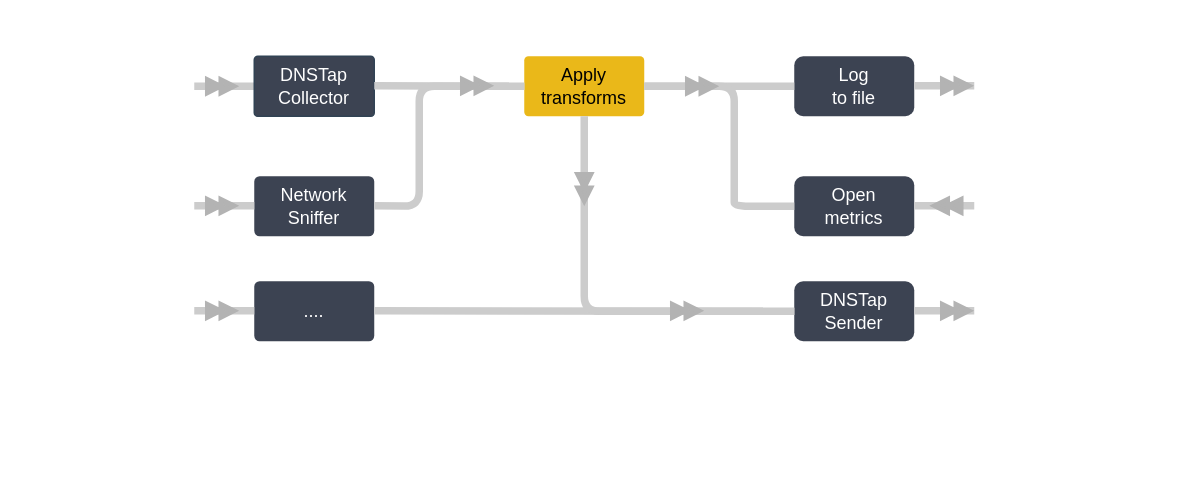
Earlier version of the draw.io diagram docs/overview.drawio (dmachard/go-dnscollector). Source tidied: cells renumbered, new cells numbered last; positions are measured from the earlier drawing's top-left corner, leaving out a move shared by most shapes. Both pictures are drawn from the tidied source at 150%, with x=0, y=0 at pixel (194, 56).
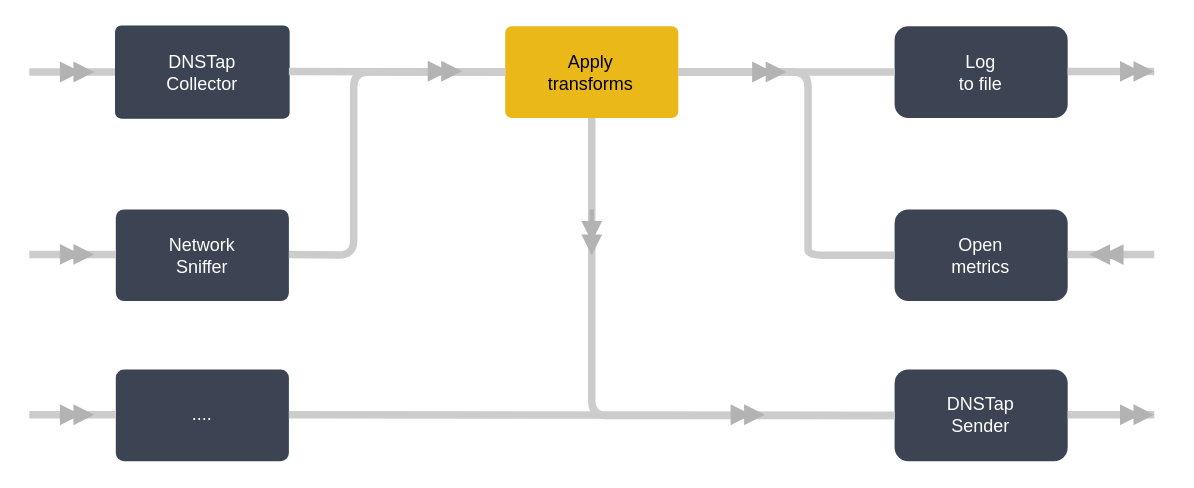
The same page after the edit.

What changed in the source:
```diff
@@
-    <mxCell id="2" style="endArrow=none;html=1;rounded=0;strokeWidth=5;strokeColor=#CCCCCC;" parent="1" edge="1">
-      <mxGeometry relative="1" as="geometry">
-        <mxPoint y="20" as="sourcePoint" />
-        <mxPoint x="40" y="20" as="targetPoint" />
-      </mxGeometry>
-    </mxCell>
+    <mxCell id="31" style="group;" parent="1" vertex="1">
+      <mxGeometry x="-110" y="-20" width="750" height="290" as="geometry" />
+    </mxCell>
+    <mxCell id="32" style="endArrow=none;html=1;rounded=0;strokeWidth=5;strokeColor=#CCCCCC;" parent="31" edge="1">
+      <mxGeometry relative="1" as="geometry">
+        <mxPoint y="30.5" as="sourcePoint" />
+        <mxPoint x="57.7" y="30.5" as="targetPoint" />
+      </mxGeometry>
+    </mxCell>
-    <mxCell id="3" value="DNSTap&lt;br&gt;Collector" style="rounded=1;whiteSpace=wrap;html=1;fillColor=#3c4352;strokeColor=#314354;fontColor=#ffffff;arcSize=6;" parent="1" vertex="1">
-      <mxGeometry x="40" width="80" height="40" as="geometry" />
+    <mxCell id="3" value="DNSTap&lt;br&gt;Collector" style="rounded=1;whiteSpace=wrap;html=1;fillColor=#3c4352;strokeColor=#314354;fontColor=#ffffff;arcSize=6;" parent="31" vertex="1">
+      <mxGeometry x="57.7" width="115.4" height="61.1" as="geometry" />
     </mxCell>
-    <mxCell id="4" value="Apply&lt;br&gt;transforms" style="rounded=1;whiteSpace=wrap;html=1;fillColor=#eab819;strokeColor=none;fontColor=#000000;arcSize=7;" parent="1" vertex="1">
-      <mxGeometry x="220" width="80" height="40" as="geometry" />
+    <mxCell id="4" value="Apply&lt;br&gt;transforms" style="rounded=1;whiteSpace=wrap;html=1;fillColor=#eab819;strokeColor=none;fontColor=#000000;arcSize=7;" parent="31" vertex="1">
+      <mxGeometry x="317.3" width="115.4" height="61.1" as="geometry" />
     </mxCell>
-    <mxCell id="5" value="Log&lt;br&gt;to file" style="rounded=1;whiteSpace=wrap;html=1;fillColor=#3c4352;strokeColor=none;fontColor=#ffffff;" parent="1" vertex="1">
-      <mxGeometry x="400" width="80" height="40" as="geometry" />
+    <mxCell id="5" value="Log&lt;br&gt;to file" style="rounded=1;whiteSpace=wrap;html=1;fillColor=#3c4352;strokeColor=none;fontColor=#ffffff;" parent="31" vertex="1">
+      <mxGeometry x="576.9" width="115.4" height="61.1" as="geometry" />
     </mxCell>
-    <mxCell id="6" value="Network&lt;br&gt;Sniffer" style="rounded=1;whiteSpace=wrap;html=1;fillColor=#3c4352;strokeColor=none;fontColor=#ffffff;arcSize=9;" parent="1" vertex="1">
-      <mxGeometry x="40" y="80" width="80" height="40" as="geometry" />
+    <mxCell id="6" value="Network&lt;br&gt;Sniffer" style="rounded=1;whiteSpace=wrap;html=1;fillColor=#3c4352;strokeColor=none;fontColor=#ffffff;arcSize=9;" parent="31" vertex="1">
+      <mxGeometry x="57.7" y="122.1" width="115.4" height="61.1" as="geometry" />
     </mxCell>
-    <mxCell id="7" value="...." style="rounded=1;whiteSpace=wrap;html=1;fillColor=#3c4352;strokeColor=none;fontColor=#ffffff;arcSize=9;" parent="1" vertex="1">
-      <mxGeometry x="40" y="150" width="80" height="40" as="geometry" />
+    <mxCell id="7" value="...." style="rounded=1;whiteSpace=wrap;html=1;fillColor=#3c4352;strokeColor=none;fontColor=#ffffff;arcSize=9;" parent="31" vertex="1">
+      <mxGeometry x="57.7" y="228.9" width="115.4" height="61.1" as="geometry" />
     </mxCell>
-    <mxCell id="8" style="endArrow=none;html=1;rounded=0;strokeWidth=5;strokeColor=#CCCCCC;entryX=0;entryY=0.5;entryDx=0;entryDy=0;" parent="1" edge="1" target="4">
-      <mxGeometry relative="1" as="geometry">
-        <mxPoint x="120" y="19.7" as="sourcePoint" />
-      </mxGeometry>
-    </mxCell>
+    <mxCell id="33" style="endArrow=none;html=1;rounded=0;strokeWidth=5;strokeColor=#CCCCCC;entryX=0;entryY=0.5;entryDx=0;entryDy=0;" parent="31" edge="1" target="4">
+      <mxGeometry relative="1" as="geometry">
+        <mxPoint x="173.1" y="30.1" as="sourcePoint" />
+      </mxGeometry>
+    </mxCell>
-    <mxCell id="9" style="endArrow=none;html=1;rounded=0;strokeWidth=5;strokeColor=#CCCCCC;exitX=1;exitY=0.5;exitDx=0;exitDy=0;" parent="1" edge="1" source="4" target="5">
+    <mxCell id="9" style="endArrow=none;html=1;rounded=0;strokeWidth=5;strokeColor=#CCCCCC;exitX=1;exitY=0.5;exitDx=0;exitDy=0;" parent="31" edge="1" source="4" target="5">
       <mxGeometry relative="1" as="geometry" />
     </mxCell>
-    <mxCell id="10" style="endArrow=none;html=1;rounded=0;strokeWidth=5;strokeColor=#CCCCCC;" parent="1" edge="1">
-      <mxGeometry relative="1" as="geometry">
-        <mxPoint x="480" y="19.7" as="sourcePoint" />
-        <mxPoint x="520" y="19.7" as="targetPoint" />
-      </mxGeometry>
-    </mxCell>
-    <mxCell id="11" style="endArrow=none;html=1;rounded=0;strokeWidth=5;strokeColor=#CCCCCC;" parent="1" edge="1">
-      <mxGeometry relative="1" as="geometry">
-        <mxPoint y="99.7" as="sourcePoint" />
-        <mxPoint x="40" y="99.7" as="targetPoint" />
-      </mxGeometry>
-    </mxCell>
-    <mxCell id="12" style="endArrow=none;html=1;rounded=1;strokeWidth=5;strokeColor=#CCCCCC;entryX=0;entryY=0.5;entryDx=0;entryDy=0;curved=0;" parent="1" edge="1" target="4">
-      <mxGeometry relative="1" as="geometry">
-        <mxPoint x="120" y="99.7" as="sourcePoint" />
-        <Array as="points">
-          <mxPoint x="150" y="100" />
-          <mxPoint x="150" y="20" />
-        </Array>
-      </mxGeometry>
-    </mxCell>
+    <mxCell id="34" style="endArrow=none;html=1;rounded=0;strokeWidth=5;strokeColor=#CCCCCC;" parent="31" edge="1">
+      <mxGeometry relative="1" as="geometry">
+        <mxPoint x="692.3" y="30.1" as="sourcePoint" />
+        <mxPoint x="750" y="30.1" as="targetPoint" />
+      </mxGeometry>
+    </mxCell>
+    <mxCell id="35" style="endArrow=none;html=1;rounded=0;strokeWidth=5;strokeColor=#CCCCCC;" parent="31" edge="1">
+      <mxGeometry relative="1" as="geometry">
+        <mxPoint y="152.2" as="sourcePoint" />
+        <mxPoint x="57.7" y="152.2" as="targetPoint" />
+      </mxGeometry>
+    </mxCell>
+    <mxCell id="36" style="endArrow=none;html=1;rounded=1;strokeWidth=5;strokeColor=#CCCCCC;entryX=0;entryY=0.5;entryDx=0;entryDy=0;curved=0;" parent="31" edge="1" target="4">
+      <mxGeometry relative="1" as="geometry">
+        <mxPoint x="173.1" y="152.2" as="sourcePoint" />
+        <Array as="points">
+          <mxPoint x="216.3" y="152.6" />
+          <mxPoint x="216.3" y="30.5" />
+        </Array>
+      </mxGeometry>
+    </mxCell>
-    <mxCell id="13" value="Open&lt;br&gt;metrics" style="rounded=1;whiteSpace=wrap;html=1;fillColor=#3c4352;strokeColor=none;fontColor=#ffffff;" parent="1" vertex="1">
-      <mxGeometry x="400" y="80" width="80" height="40" as="geometry" />
+    <mxCell id="13" value="Open&lt;br&gt;metrics" style="rounded=1;whiteSpace=wrap;html=1;fillColor=#3c4352;strokeColor=none;fontColor=#ffffff;" parent="31" vertex="1">
+      <mxGeometry x="576.9" y="122.1" width="115.4" height="61.1" as="geometry" />
     </mxCell>
-    <mxCell id="14" style="endArrow=none;html=1;rounded=1;strokeWidth=5;strokeColor=#CCCCCC;entryX=0;entryY=0.5;entryDx=0;entryDy=0;curved=0;" parent="1" edge="1" target="13">
-      <mxGeometry relative="1" as="geometry">
-        <mxPoint x="300" y="20" as="sourcePoint" />
-        <Array as="points">
-          <mxPoint x="360" y="20" />
-          <mxPoint x="360" y="90" />
-          <mxPoint x="360" y="100" />
-          <mxPoint x="380" y="100" />
-        </Array>
-      </mxGeometry>
-    </mxCell>
-    <mxCell id="15" style="endArrow=none;html=1;rounded=0;strokeWidth=5;strokeColor=#CCCCCC;" parent="1" edge="1">
-      <mxGeometry relative="1" as="geometry">
-        <mxPoint x="480" y="99.7" as="sourcePoint" />
-        <mxPoint x="520" y="99.7" as="targetPoint" />
-      </mxGeometry>
-    </mxCell>
+    <mxCell id="37" style="endArrow=none;html=1;rounded=1;strokeWidth=5;strokeColor=#CCCCCC;entryX=0;entryY=0.5;entryDx=0;entryDy=0;curved=0;" parent="31" edge="1" target="13">
+      <mxGeometry relative="1" as="geometry">
+        <mxPoint x="432.7" y="30.5" as="sourcePoint" />
+        <Array as="points">
+          <mxPoint x="519.2" y="30.5" />
+          <mxPoint x="519.2" y="137.4" />
+          <mxPoint x="519.2" y="152.6" />
+          <mxPoint x="548.1" y="152.6" />
+        </Array>
+      </mxGeometry>
+    </mxCell>
+    <mxCell id="38" style="endArrow=none;html=1;rounded=0;strokeWidth=5;strokeColor=#CCCCCC;" parent="31" edge="1">
+      <mxGeometry relative="1" as="geometry">
+        <mxPoint x="692.3" y="152.2" as="sourcePoint" />
+        <mxPoint x="750" y="152.2" as="targetPoint" />
+      </mxGeometry>
+    </mxCell>
-    <mxCell id="16" value="DNSTap&lt;br&gt;Sender" style="rounded=1;whiteSpace=wrap;html=1;fillColor=#3c4352;strokeColor=none;fontColor=#ffffff;" parent="1" vertex="1">
-      <mxGeometry x="400" y="150" width="80" height="40" as="geometry" />
+    <mxCell id="16" value="DNSTap&lt;br&gt;Sender" style="rounded=1;whiteSpace=wrap;html=1;fillColor=#3c4352;strokeColor=none;fontColor=#ffffff;" parent="31" vertex="1">
+      <mxGeometry x="576.9" y="228.9" width="115.4" height="61.1" as="geometry" />
     </mxCell>
-    <mxCell id="17" style="endArrow=none;html=1;rounded=0;strokeWidth=5;strokeColor=#CCCCCC;entryX=0;entryY=0.5;entryDx=0;entryDy=0;" parent="1" edge="1" target="16">
-      <mxGeometry relative="1" as="geometry">
-        <mxPoint x="120" y="169.7" as="sourcePoint" />
-      </mxGeometry>
-    </mxCell>
-    <mxCell id="18" style="endArrow=none;html=1;rounded=0;strokeWidth=5;strokeColor=#CCCCCC;" parent="1" edge="1">
-      <mxGeometry relative="1" as="geometry">
-        <mxPoint y="169.7" as="sourcePoint" />
-        <mxPoint x="40" y="169.7" as="targetPoint" />
-      </mxGeometry>
-    </mxCell>
-    <mxCell id="19" style="endArrow=none;html=1;rounded=0;strokeWidth=5;strokeColor=#CCCCCC;" parent="1" edge="1">
-      <mxGeometry relative="1" as="geometry">
-        <mxPoint x="480" y="169.7" as="sourcePoint" />
-        <mxPoint x="520" y="169.7" as="targetPoint" />
-      </mxGeometry>
-    </mxCell>
+    <mxCell id="39" style="endArrow=none;html=1;rounded=0;strokeWidth=5;strokeColor=#CCCCCC;entryX=0;entryY=0.5;entryDx=0;entryDy=0;" parent="31" edge="1" target="16">
+      <mxGeometry relative="1" as="geometry">
+        <mxPoint x="173.1" y="259" as="sourcePoint" />
+      </mxGeometry>
+    </mxCell>
+    <mxCell id="40" style="endArrow=none;html=1;rounded=0;strokeWidth=5;strokeColor=#CCCCCC;" parent="31" edge="1">
+      <mxGeometry relative="1" as="geometry">
+        <mxPoint y="259" as="sourcePoint" />
+        <mxPoint x="57.7" y="259" as="targetPoint" />
+      </mxGeometry>
+    </mxCell>
+    <mxCell id="41" style="endArrow=none;html=1;rounded=0;strokeWidth=5;strokeColor=#CCCCCC;" parent="31" edge="1">
+      <mxGeometry relative="1" as="geometry">
+        <mxPoint x="692.3" y="259" as="sourcePoint" />
+        <mxPoint x="750" y="259" as="targetPoint" />
+      </mxGeometry>
+    </mxCell>
-    <mxCell id="20" style="endArrow=none;html=1;rounded=1;strokeWidth=5;strokeColor=#CCCCCC;entryX=0;entryY=0.5;entryDx=0;entryDy=0;exitX=0.5;exitY=1;exitDx=0;exitDy=0;curved=0;" parent="1" edge="1" source="4" target="16">
+    <mxCell id="20" style="endArrow=none;html=1;rounded=1;strokeWidth=5;strokeColor=#CCCCCC;entryX=0;entryY=0.5;entryDx=0;entryDy=0;exitX=0.5;exitY=1;exitDx=0;exitDy=0;curved=0;" parent="31" edge="1" source="4" target="16">
       <mxGeometry relative="1" as="geometry">
         <Array as="points">
-          <mxPoint x="260" y="170" />
-          <mxPoint x="320" y="170" />
+          <mxPoint x="375" y="259.5" />
+          <mxPoint x="461.5" y="259.5" />
         </Array>
       </mxGeometry>
     </mxCell>
-    <mxCell id="21" style="endArrow=doubleBlock;html=1;rounded=0;endFill=1;strokeWidth=3;strokeColor=#B3B3B3;" parent="1" edge="1">
-      <mxGeometry relative="1" as="geometry">
-        <mxPoint x="20" y="20" as="sourcePoint" />
-        <mxPoint x="30" y="20" as="targetPoint" />
-      </mxGeometry>
-    </mxCell>
-    <mxCell id="22" style="endArrow=doubleBlock;html=1;rounded=0;endFill=1;strokeWidth=3;strokeColor=#B3B3B3;" parent="1" edge="1">
-      <mxGeometry relative="1" as="geometry">
-        <mxPoint x="20" y="99.7" as="sourcePoint" />
-        <mxPoint x="30" y="99.7" as="targetPoint" />
-      </mxGeometry>
-    </mxCell>
-    <mxCell id="23" style="endArrow=doubleBlock;html=1;rounded=0;endFill=1;strokeWidth=3;strokeColor=#B3B3B3;" parent="1" edge="1">
-      <mxGeometry relative="1" as="geometry">
-        <mxPoint x="20" y="169.7" as="sourcePoint" />
-        <mxPoint x="30" y="169.7" as="targetPoint" />
-      </mxGeometry>
-    </mxCell>
-    <mxCell id="24" style="endArrow=doubleBlock;html=1;rounded=0;endFill=1;strokeWidth=3;strokeColor=#B3B3B3;" parent="1" edge="1">
-      <mxGeometry relative="1" as="geometry">
-        <mxPoint x="330" y="169.7" as="sourcePoint" />
-        <mxPoint x="340" y="169.7" as="targetPoint" />
-      </mxGeometry>
-    </mxCell>
-    <mxCell id="25" style="endArrow=doubleBlock;html=1;rounded=0;endFill=1;strokeWidth=3;strokeColor=#B3B3B3;" parent="1" edge="1">
-      <mxGeometry relative="1" as="geometry">
-        <mxPoint x="340" y="20" as="sourcePoint" />
-        <mxPoint x="350" y="20" as="targetPoint" />
-      </mxGeometry>
-    </mxCell>
-    <mxCell id="26" style="endArrow=doubleBlock;html=1;rounded=0;endFill=1;strokeWidth=3;strokeColor=#B3B3B3;" parent="1" edge="1">
-      <mxGeometry relative="1" as="geometry">
-        <mxPoint x="190" y="19.7" as="sourcePoint" />
-        <mxPoint x="200" y="19.7" as="targetPoint" />
-      </mxGeometry>
-    </mxCell>
-    <mxCell id="27" style="endArrow=doubleBlock;html=1;rounded=0;endFill=1;strokeWidth=3;strokeColor=#B3B3B3;" parent="1" edge="1">
-      <mxGeometry relative="1" as="geometry">
-        <mxPoint x="260" y="80" as="sourcePoint" />
-        <mxPoint x="260" y="100" as="targetPoint" />
-      </mxGeometry>
-    </mxCell>
-    <mxCell id="28" style="endArrow=doubleBlock;html=1;rounded=0;endFill=1;strokeWidth=3;strokeColor=#B3B3B3;" parent="1" edge="1">
-      <mxGeometry relative="1" as="geometry">
-        <mxPoint x="500" y="99.7" as="sourcePoint" />
-        <mxPoint x="490" y="99.7" as="targetPoint" />
-      </mxGeometry>
-    </mxCell>
-    <mxCell id="29" style="endArrow=doubleBlock;html=1;rounded=0;endFill=1;strokeWidth=3;strokeColor=#B3B3B3;" parent="1" edge="1">
-      <mxGeometry relative="1" as="geometry">
-        <mxPoint x="510" y="169.7" as="sourcePoint" />
-        <mxPoint x="520" y="169.7" as="targetPoint" />
-      </mxGeometry>
-    </mxCell>
-    <mxCell id="30" style="endArrow=doubleBlock;html=1;rounded=0;endFill=1;strokeWidth=3;strokeColor=#B3B3B3;" parent="1" edge="1">
-      <mxGeometry relative="1" as="geometry">
-        <mxPoint x="510" y="19.7" as="sourcePoint" />
-        <mxPoint x="520" y="19.7" as="targetPoint" />
-      </mxGeometry>
-    </mxCell>
+    <mxCell id="42" style="endArrow=doubleBlock;html=1;rounded=0;endFill=1;strokeWidth=3;strokeColor=#B3B3B3;" parent="31" edge="1">
+      <mxGeometry relative="1" as="geometry">
+        <mxPoint x="28.8" y="30.5" as="sourcePoint" />
+        <mxPoint x="43.3" y="30.5" as="targetPoint" />
+      </mxGeometry>
+    </mxCell>
+    <mxCell id="43" style="endArrow=doubleBlock;html=1;rounded=0;endFill=1;strokeWidth=3;strokeColor=#B3B3B3;" parent="31" edge="1">
+      <mxGeometry relative="1" as="geometry">
+        <mxPoint x="28.8" y="152.1" as="sourcePoint" />
+        <mxPoint x="43.3" y="152.1" as="targetPoint" />
+      </mxGeometry>
+    </mxCell>
+    <mxCell id="44" style="endArrow=doubleBlock;html=1;rounded=0;endFill=1;strokeWidth=3;strokeColor=#B3B3B3;" parent="31" edge="1">
+      <mxGeometry relative="1" as="geometry">
+        <mxPoint x="28.8" y="259" as="sourcePoint" />
+        <mxPoint x="43.3" y="259" as="targetPoint" />
+      </mxGeometry>
+    </mxCell>
+    <mxCell id="45" style="endArrow=doubleBlock;html=1;rounded=0;endFill=1;strokeWidth=3;strokeColor=#B3B3B3;" parent="31" edge="1">
+      <mxGeometry relative="1" as="geometry">
+        <mxPoint x="476" y="259" as="sourcePoint" />
+        <mxPoint x="490.4" y="259" as="targetPoint" />
+      </mxGeometry>
+    </mxCell>
+    <mxCell id="46" style="endArrow=doubleBlock;html=1;rounded=0;endFill=1;strokeWidth=3;strokeColor=#B3B3B3;" parent="31" edge="1">
+      <mxGeometry relative="1" as="geometry">
+        <mxPoint x="490.4" y="30.5" as="sourcePoint" />
+        <mxPoint x="504.8" y="30.5" as="targetPoint" />
+      </mxGeometry>
+    </mxCell>
+    <mxCell id="47" style="endArrow=doubleBlock;html=1;rounded=0;endFill=1;strokeWidth=3;strokeColor=#B3B3B3;" parent="31" edge="1">
+      <mxGeometry relative="1" as="geometry">
+        <mxPoint x="274" y="30" as="sourcePoint" />
+        <mxPoint x="288.5" y="30" as="targetPoint" />
+      </mxGeometry>
+    </mxCell>
+    <mxCell id="48" style="endArrow=doubleBlock;html=1;rounded=0;endFill=1;strokeWidth=3;strokeColor=#B3B3B3;" parent="31" edge="1">
+      <mxGeometry relative="1" as="geometry">
+        <mxPoint x="375" y="122.1" as="sourcePoint" />
+        <mxPoint x="375" y="152.6" as="targetPoint" />
+      </mxGeometry>
+    </mxCell>
+    <mxCell id="49" style="endArrow=doubleBlock;html=1;rounded=0;endFill=1;strokeWidth=3;strokeColor=#B3B3B3;" parent="31" edge="1">
+      <mxGeometry relative="1" as="geometry">
+        <mxPoint x="721.2" y="152.2" as="sourcePoint" />
+        <mxPoint x="706.7" y="152.2" as="targetPoint" />
+      </mxGeometry>
+    </mxCell>
+    <mxCell id="50" style="endArrow=doubleBlock;html=1;rounded=0;endFill=1;strokeWidth=3;strokeColor=#B3B3B3;" parent="31" edge="1">
+      <mxGeometry relative="1" as="geometry">
+        <mxPoint x="735.6" y="259" as="sourcePoint" />
+        <mxPoint x="750" y="259" as="targetPoint" />
+      </mxGeometry>
+    </mxCell>
+    <mxCell id="51" style="endArrow=doubleBlock;html=1;rounded=0;endFill=1;strokeWidth=3;strokeColor=#B3B3B3;" parent="31" edge="1">
+      <mxGeometry relative="1" as="geometry">
+        <mxPoint x="735.6" y="30.1" as="sourcePoint" />
+        <mxPoint x="750" y="30.1" as="targetPoint" />
+      </mxGeometry>
+    </mxCell>
```
